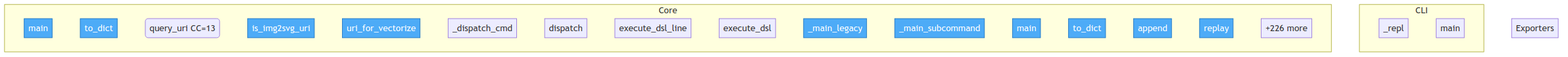
This is project/flow.png from oqlos/vql, a Mermaid export, as it was before one commit. Its source is kept beside it as project/flow.mmd.
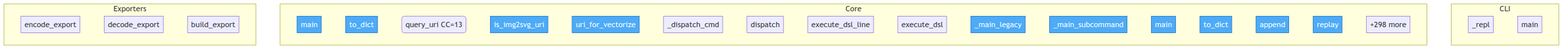
The same file after the commit.

Change to the diagram source:
```diff
@@ -23,10 +23,13 @@
         packages__dsl2vql__src__dsl2vql__events__DslEvent__to_dict["to_dict"]
         packages__dsl2vql__src__dsl2vql__events__EventStore__append["append"]
         packages__dsl2vql__src__dsl2vql__events__EventStore__replay["replay"]
-        ...["+226 more"]
+        ...["+298 more"]
     end
 
     subgraph Exporters
+        packages__dsl2vql__src__dsl2vql__pb_body_codec__encode_export["encode_export"]
+        packages__dsl2vql__src__dsl2vql__pb_body_codec__decode_export["decode_export"]
+        packages__dsl2vql__src__dsl2vql__grammar_handlers__build_export["build_export"]
     end
 
     class packages__uri2img2svg__src__uri2img2svg__cli__main,packages__uri2img2svg__src__uri2img2svg__query__QueryResult__to_dict,packages__uri2img2svg__src__uri2img2svg__uri__is_img2svg_uri,packages__uri2img2svg__src__uri2img2svg__uri__uri_for_vectorize,packages__dsl2vql__src__dsl2vql__cli___main_legacy,packages__dsl2vql__src__dsl2vql__cli___main_subcommand,packages__dsl2vql__src__dsl2vql__cli__main,packages__dsl2vql__src__dsl2vql__events__DslEvent__to_dict,packages__dsl2vql__src__dsl2vql__events__EventStore__append,packages__dsl2vql__src__dsl2vql__events__EventStore__replay entry
```
